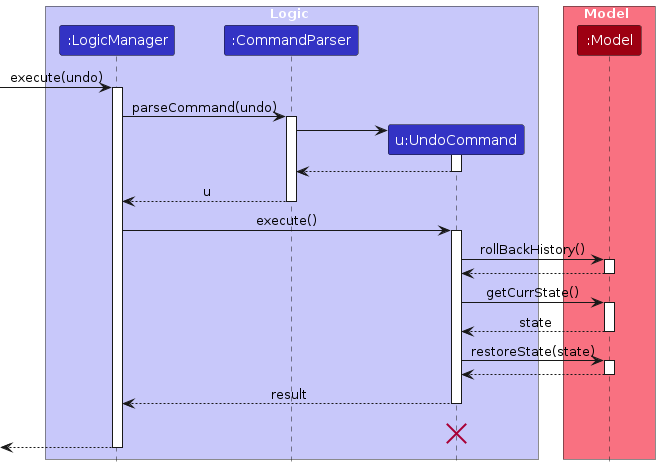
Before: diagrams/UndoSequenceDiagram-Logic.png, a diagram exported from PlantUML (Rishit02/tp). Its source is kept beside it as diagrams/UndoSequenceDiagram-Logic.puml.
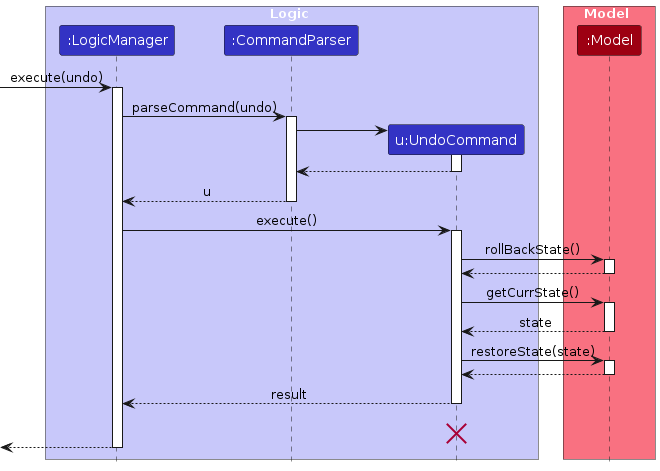
After the commit.

Change to the diagram source:
```diff
@@ -30,7 +30,7 @@
 LogicManager -> UndoCommand : execute()
 activate UndoCommand
 
-UndoCommand -> Model : rollBackHistory()
+UndoCommand -> Model : rollBackState()
 activate Model
 Model --> UndoCommand
 deactivate Model
```
